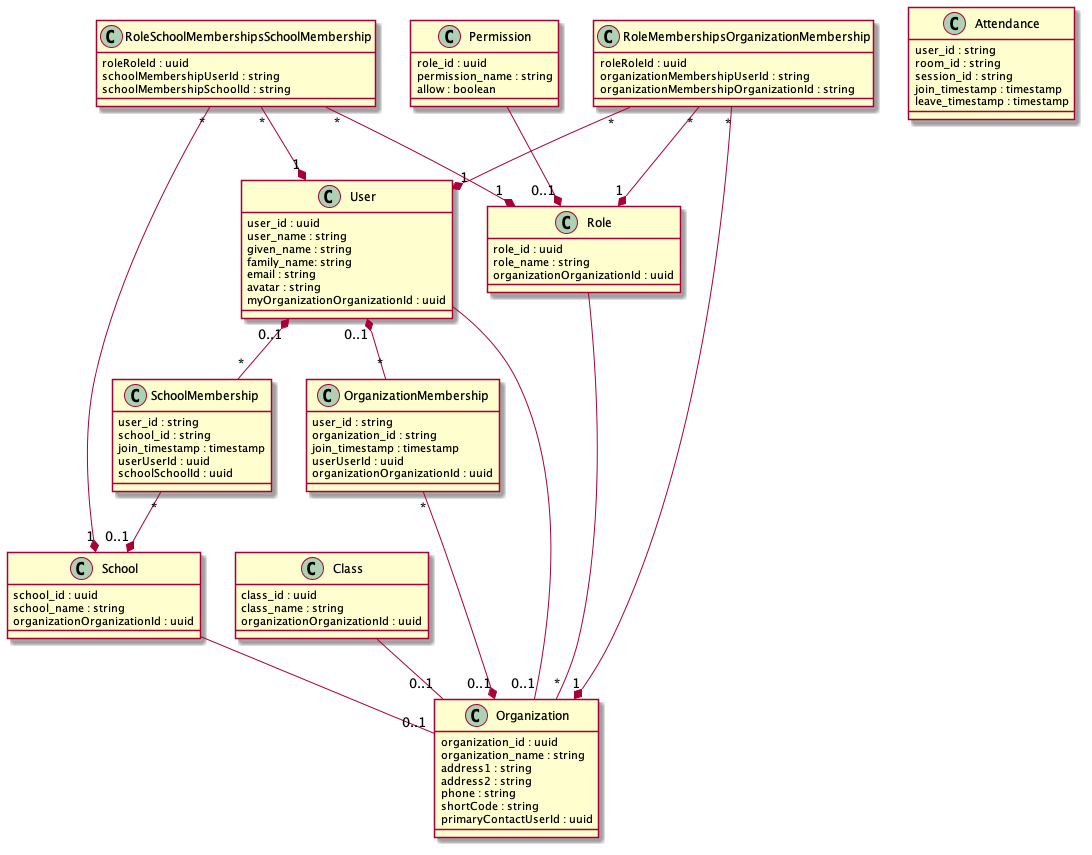
This is documents/dbschema.png from Klasmart-Engineering/user-service, a PlantUML export, as it was before one commit.
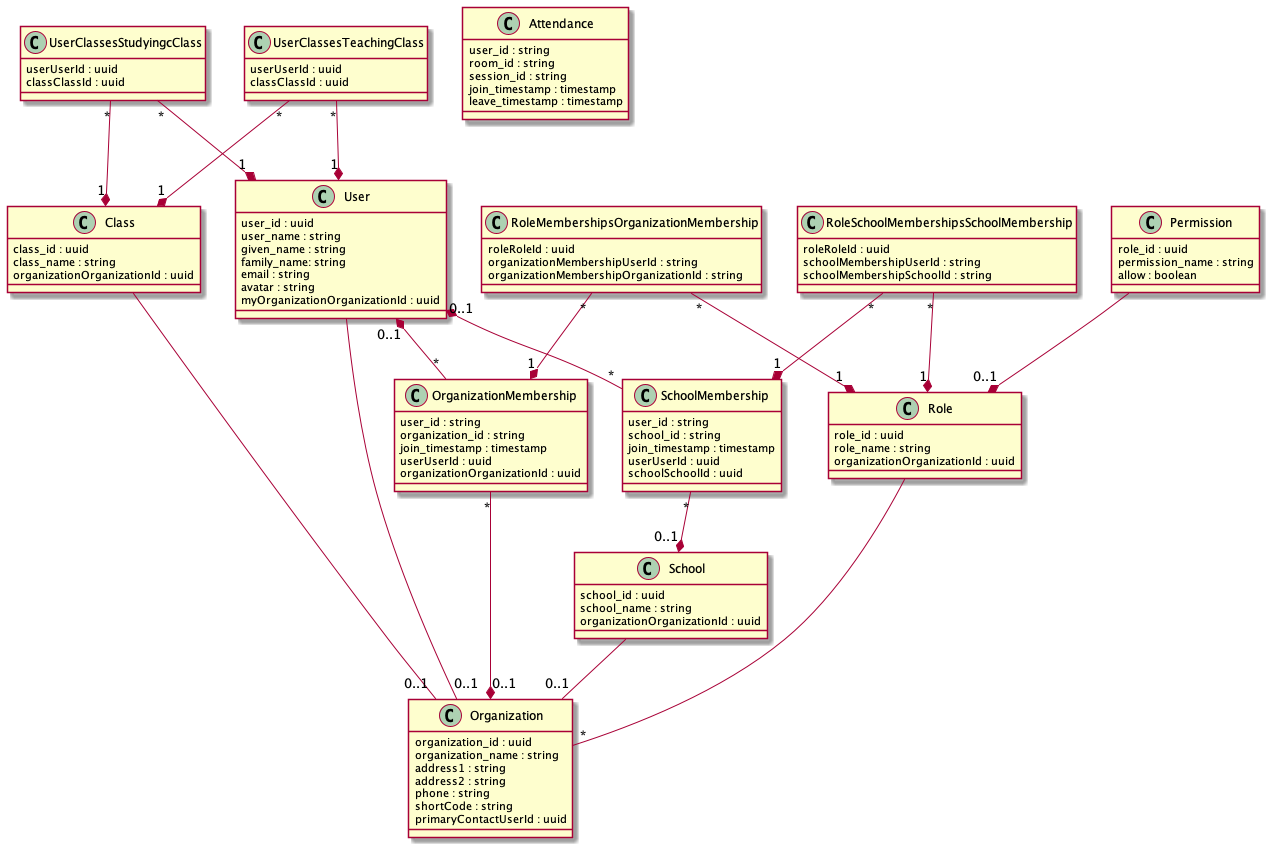
After the commit.

Commit message:
📖 Update DB diagram This commit corrects some relations and adds a few tables that were not added previously

Diff of the diagram source:
```diff
@@ -79,6 +79,16 @@
   schoolMembershipSchoolId : string
 }
 
+class UserClassesStudyingcClass {
+  userUserId : uuid
+  classClassId : uuid
+}
+
+class UserClassesTeachingClass {
+  userUserId : uuid
+  classClassId : uuid
+}
+
 Role -- "*" Organization
 User -- "0..1" Organization
 User "0..1" *-- "*" OrganizationMembership
@@ -89,10 +99,12 @@
 User "0..1" *-- "*" SchoolMembership
 SchoolMembership "*" --* "0..1" School
 RoleMembershipsOrganizationMembership "*" --* "1" Role
-RoleMembershipsOrganizationMembership "*" --* "1" User
-RoleMembershipsOrganizationMembership "*" --* "1" Organization
+RoleMembershipsOrganizationMembership "*" --* "1" OrganizationMembership
 RoleSchoolMembershipsSchoolMembership "*" --* "1" Role
-RoleSchoolMembershipsSchoolMembership "*" --* "1" User
-RoleSchoolMembershipsSchoolMembership "*" --* "1" School
+RoleSchoolMembershipsSchoolMembership "*" --* "1" SchoolMembership
+UserClassesStudyingcClass "*" --* "1" User
+UserClassesStudyingcClass "*" --* "1" Class
+UserClassesTeachingClass "*" --* "1" User
+UserClassesTeachingClass "*" --* "1" Class
 
 @enduml
```
